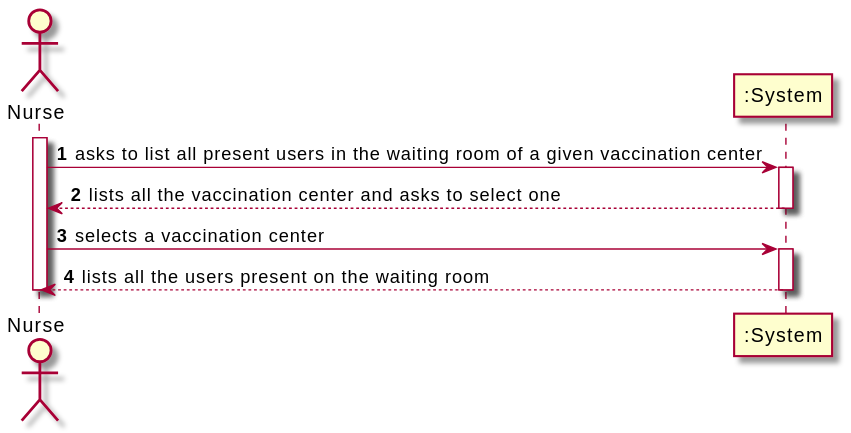
Above: docs/SprintC/US05/SSD/US05_SSD.svg in miseEnPlace-i/lapr2 (PlantUML), before the change.
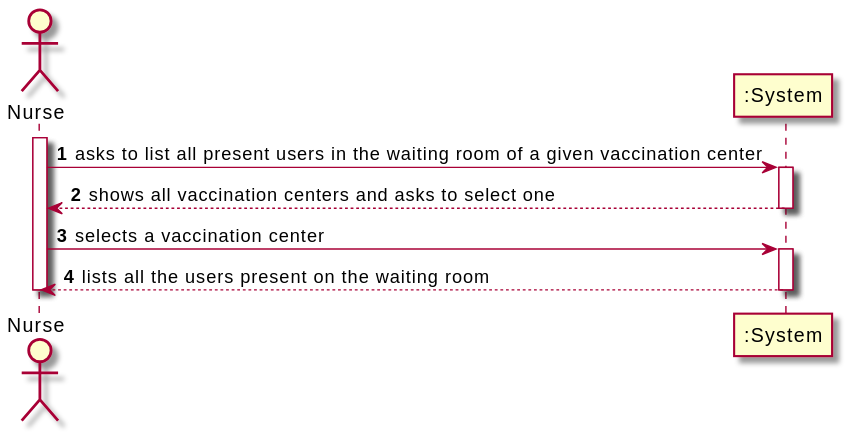
Later version of the same file.

The edit, as a diff of the source:
```diff
@@ -5,7 +5,7 @@
 activate NURSE
 NURSE -> ":System" : asks to list all present users in the waiting room of a given vaccination center
 activate ":System"
-":System" --> NURSE : lists all the vaccination center and asks to select one
+":System" --> NURSE : shows all vaccination centers and asks to select one
 deactivate ":System"
 
 NURSE -> ":System" : selects a vaccination center
```
